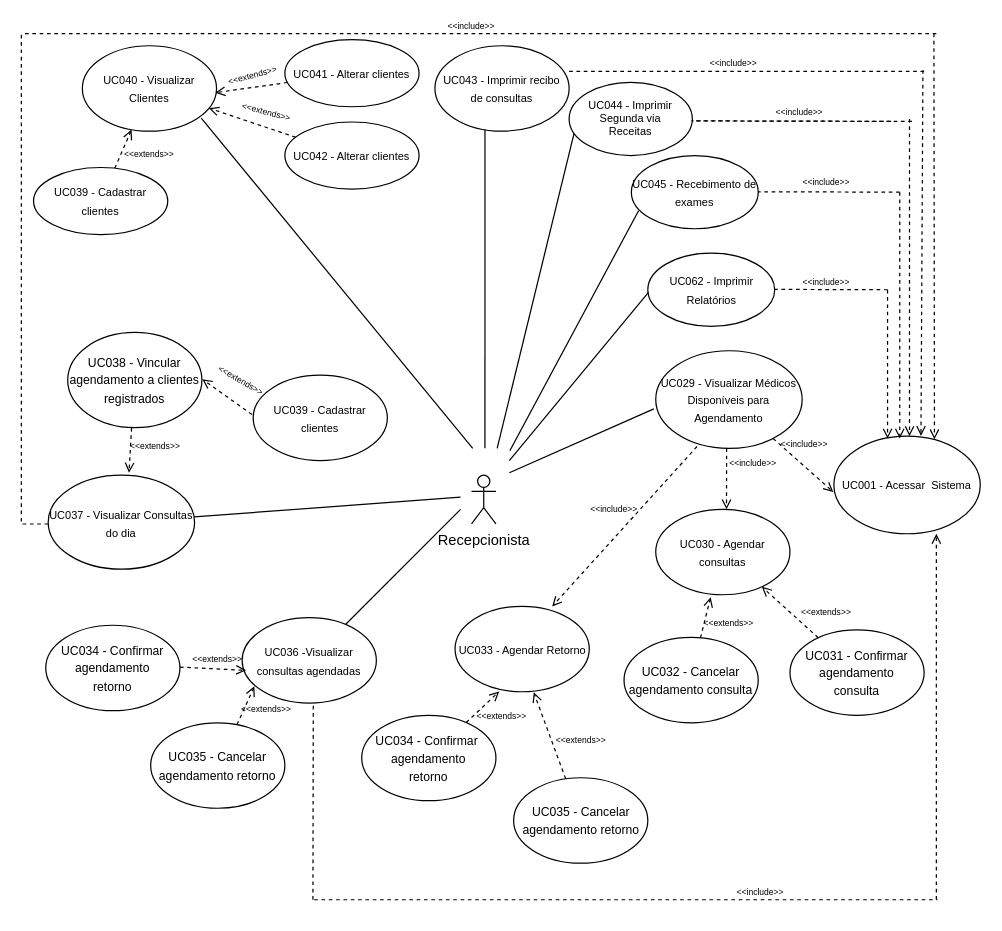
Earlier version of the draw.io diagram RECEPCIONISTA.drawio (botavares/tcc_pucminas_clinmed). Source tidied: cells renumbered, new cells numbered last; positions are measured from the earlier drawing's top-left corner, leaving out a move shared by most shapes. Both pictures are drawn from the tidied source at 122%, with x=0, y=0 at pixel (21, 21).
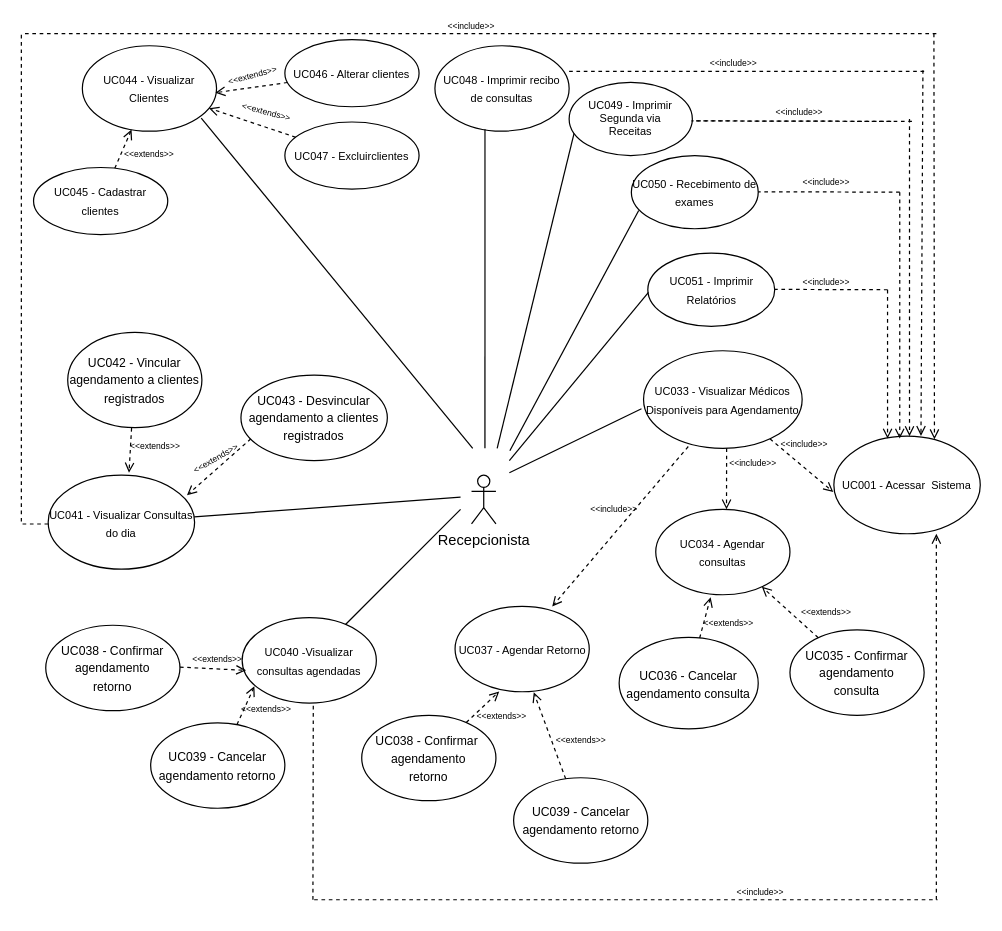
The same diagram, later.

The edit, as a diff of the source:
```diff
@@
-    <mxCell id="7" value="&lt;font style=&quot;font-size: 9px&quot;&gt;UC029 - Visualizar Médicos Disponíveis para Agendamento&lt;br&gt;&lt;/font&gt;" style="ellipse;whiteSpace=wrap;html=1;" parent="1" vertex="1">
-      <mxGeometry x="520" y="270" width="120" height="80" as="geometry" />
+    <mxCell id="7" value="&lt;font style=&quot;font-size: 9px&quot;&gt;UC033 - Visualizar Médicos Disponíveis para Agendamento&lt;br&gt;&lt;/font&gt;" style="ellipse;whiteSpace=wrap;html=1;" parent="1" vertex="1">
+      <mxGeometry x="510" y="270" width="130" height="80" as="geometry" />
     </mxCell>
-    <mxCell id="8" value="&lt;font style=&quot;font-size: 10px&quot;&gt;&lt;font style=&quot;font-size: 9px&quot;&gt;UC036 -Visualizar consultas agendadas&lt;/font&gt;&lt;br&gt;&lt;/font&gt;" style="ellipse;whiteSpace=wrap;html=1;" parent="1" vertex="1">
+    <mxCell id="8" value="&lt;font style=&quot;font-size: 10px&quot;&gt;&lt;font style=&quot;font-size: 9px&quot;&gt;UC040 -Visualizar consultas agendadas&lt;/font&gt;&lt;br&gt;&lt;/font&gt;" style="ellipse;whiteSpace=wrap;html=1;" parent="1" vertex="1">
       <mxGeometry x="181" y="488.8" width="110" height="70" as="geometry" />
     </mxCell>
-    <mxCell id="9" value="&lt;div&gt;&lt;font style=&quot;font-size: 9px&quot;&gt;UC037 - Visualizar Consultas &lt;br&gt;&lt;/font&gt;&lt;/div&gt;&lt;div&gt;&lt;font style=&quot;font-size: 9px&quot;&gt;do dia&lt;/font&gt;&lt;/div&gt;" style="ellipse;whiteSpace=wrap;html=1;" parent="1" vertex="1">
+    <mxCell id="9" value="&lt;div&gt;&lt;font style=&quot;font-size: 9px&quot;&gt;UC041 - Visualizar Consultas &lt;br&gt;&lt;/font&gt;&lt;/div&gt;&lt;div&gt;&lt;font style=&quot;font-size: 9px&quot;&gt;do dia&lt;/font&gt;&lt;/div&gt;" style="ellipse;whiteSpace=wrap;html=1;" parent="1" vertex="1">
       <mxGeometry x="22" y="372" width="120" height="77" as="geometry" />
     </mxCell>
@@
-    <mxCell id="14" value="&lt;font style=&quot;font-size: 9px&quot;&gt;UC030 - Agendar consultas&lt;br&gt;&lt;/font&gt;" style="ellipse;whiteSpace=wrap;html=1;" parent="1" vertex="1">
+    <mxCell id="14" value="&lt;font style=&quot;font-size: 9px&quot;&gt;UC034 - Agendar consultas&lt;br&gt;&lt;/font&gt;" style="ellipse;whiteSpace=wrap;html=1;" parent="1" vertex="1">
       <mxGeometry x="520" y="400" width="110" height="70" as="geometry" />
     </mxCell>
-    <mxCell id="15" value="&lt;div&gt;&lt;font style=&quot;font-size: 10px&quot;&gt;UC031 - Confirmar agendamento &lt;br&gt;&lt;/font&gt;&lt;/div&gt;&lt;div&gt;&lt;font style=&quot;font-size: 10px&quot;&gt;consulta&lt;/font&gt;&lt;/div&gt;" style="ellipse;whiteSpace=wrap;html=1;" parent="1" vertex="1">
+    <mxCell id="15" value="&lt;div&gt;&lt;font style=&quot;font-size: 10px&quot;&gt;UC035 - Confirmar agendamento &lt;br&gt;&lt;/font&gt;&lt;/div&gt;&lt;div&gt;&lt;font style=&quot;font-size: 10px&quot;&gt;consulta&lt;/font&gt;&lt;/div&gt;" style="ellipse;whiteSpace=wrap;html=1;" parent="1" vertex="1">
       <mxGeometry x="630" y="498.8" width="110" height="70" as="geometry" />
     </mxCell>
@@
-    <mxCell id="17" value="&lt;font style=&quot;font-size: 9px&quot;&gt;UC040 - Visualizar Clientes&lt;br&gt;&lt;/font&gt;" style="ellipse;whiteSpace=wrap;html=1;" parent="1" vertex="1">
+    <mxCell id="17" value="&lt;font style=&quot;font-size: 9px&quot;&gt;UC044 - Visualizar Clientes&lt;br&gt;&lt;/font&gt;" style="ellipse;whiteSpace=wrap;html=1;" parent="1" vertex="1">
       <mxGeometry x="50" y="20" width="110" height="70" as="geometry" />
     </mxCell>
@@
-    <mxCell id="19" value="&lt;font style=&quot;font-size: 9px&quot;&gt;UC043 - Imprimir recibo de consultas&lt;br&gt;&lt;/font&gt;" style="ellipse;whiteSpace=wrap;html=1;" parent="1" vertex="1">
+    <mxCell id="19" value="&lt;font style=&quot;font-size: 9px&quot;&gt;UC048 - Imprimir recibo de consultas&lt;br&gt;&lt;/font&gt;" style="ellipse;whiteSpace=wrap;html=1;" parent="1" vertex="1">
       <mxGeometry x="339" y="20" width="110" height="70" as="geometry" />
     </mxCell>
@@
-    <mxCell id="28" value="&lt;div style=&quot;font-size: 9px&quot;&gt;&lt;font style=&quot;font-size: 9px&quot;&gt;UC044 - Imprimir Segunda via &lt;br&gt;&lt;/font&gt;&lt;/div&gt;&lt;div style=&quot;font-size: 9px&quot;&gt;&lt;font style=&quot;font-size: 9px&quot;&gt;Receitas&lt;/font&gt;&lt;/div&gt;" style="ellipse;whiteSpace=wrap;html=1;" parent="1" vertex="1">
+    <mxCell id="28" value="&lt;div style=&quot;font-size: 9px&quot;&gt;&lt;font style=&quot;font-size: 9px&quot;&gt;UC049 - Imprimir Segunda via &lt;br&gt;&lt;/font&gt;&lt;/div&gt;&lt;div style=&quot;font-size: 9px&quot;&gt;&lt;font style=&quot;font-size: 9px&quot;&gt;Receitas&lt;/font&gt;&lt;/div&gt;" style="ellipse;whiteSpace=wrap;html=1;" parent="1" vertex="1">
       <mxGeometry x="449" y="50" width="101" height="60" as="geometry" />
     </mxCell>
@@
-    <mxCell id="33" value="&lt;font style=&quot;font-size: 10px&quot;&gt;UC032 - Cancelar agendamento consulta&lt;br&gt;&lt;/font&gt;" style="ellipse;whiteSpace=wrap;html=1;" parent="1" vertex="1">
-      <mxGeometry x="494" y="505" width="110" height="70" as="geometry" />
+    <mxCell id="33" value="&lt;font style=&quot;font-size: 10px&quot;&gt;UC036 - Cancelar agendamento consulta&lt;br&gt;&lt;/font&gt;" style="ellipse;whiteSpace=wrap;html=1;" parent="1" vertex="1">
+      <mxGeometry x="490" y="505" width="114" height="75" as="geometry" />
     </mxCell>
-    <mxCell id="34" value="&lt;font style=&quot;font-size: 9px&quot;&gt;UC033 - Agendar Retorno&lt;br&gt;&lt;/font&gt;" style="ellipse;whiteSpace=wrap;html=1;" parent="1" vertex="1">
+    <mxCell id="34" value="&lt;font style=&quot;font-size: 9px&quot;&gt;UC037 - Agendar Retorno&lt;br&gt;&lt;/font&gt;" style="ellipse;whiteSpace=wrap;html=1;" parent="1" vertex="1">
       <mxGeometry x="355.5" y="479.5" width="110" height="70" as="geometry" />
     </mxCell>
@@
-    <mxCell id="40" value="&lt;div&gt;&lt;font style=&quot;font-size: 10px&quot;&gt;UC034 - Confirmar&amp;nbsp; agendamento &lt;br&gt;&lt;/font&gt;&lt;/div&gt;&lt;div&gt;&lt;font style=&quot;font-size: 10px&quot;&gt;retorno&lt;/font&gt;&lt;/div&gt;" style="ellipse;whiteSpace=wrap;html=1;" parent="1" vertex="1">
+    <mxCell id="40" value="&lt;div&gt;&lt;font style=&quot;font-size: 10px&quot;&gt;UC038 - Confirmar&amp;nbsp; agendamento &lt;br&gt;&lt;/font&gt;&lt;/div&gt;&lt;div&gt;&lt;font style=&quot;font-size: 10px&quot;&gt;retorno&lt;/font&gt;&lt;/div&gt;" style="ellipse;whiteSpace=wrap;html=1;" parent="1" vertex="1">
       <mxGeometry x="279" y="568.8" width="110" height="70" as="geometry" />
     </mxCell>
@@
-    <mxCell id="42" value="&lt;font style=&quot;font-size: 10px&quot;&gt;UC035 - Cancelar agendamento retorno&lt;br&gt;&lt;/font&gt;" style="ellipse;whiteSpace=wrap;html=1;" parent="1" vertex="1">
+    <mxCell id="42" value="&lt;font style=&quot;font-size: 10px&quot;&gt;UC039 - Cancelar agendamento retorno&lt;br&gt;&lt;/font&gt;" style="ellipse;whiteSpace=wrap;html=1;" parent="1" vertex="1">
       <mxGeometry x="403.5" y="620" width="110" height="70" as="geometry" />
     </mxCell>
@@
-    <mxCell id="48" value="&lt;font style=&quot;font-size: 10px&quot;&gt;UC035 - Cancelar agendamento retorno&lt;br&gt;&lt;/font&gt;" style="ellipse;whiteSpace=wrap;html=1;" parent="1" vertex="1">
+    <mxCell id="48" value="&lt;font style=&quot;font-size: 10px&quot;&gt;UC039 - Cancelar agendamento retorno&lt;br&gt;&lt;/font&gt;" style="ellipse;whiteSpace=wrap;html=1;" parent="1" vertex="1">
       <mxGeometry x="106" y="575" width="110" height="70" as="geometry" />
     </mxCell>
@@
-    <mxCell id="52" value="&lt;div&gt;&lt;font style=&quot;font-size: 10px&quot;&gt;UC034 - Confirmar agendamento&lt;/font&gt;&lt;/div&gt;&lt;div&gt;&lt;font style=&quot;font-size: 10px&quot;&gt;retorno&lt;/font&gt;&lt;/div&gt;" style="ellipse;whiteSpace=wrap;html=1;" parent="1" vertex="1">
+    <mxCell id="52" value="&lt;div&gt;&lt;font style=&quot;font-size: 10px&quot;&gt;UC038 - Confirmar agendamento&lt;/font&gt;&lt;/div&gt;&lt;div&gt;&lt;font style=&quot;font-size: 10px&quot;&gt;retorno&lt;/font&gt;&lt;/div&gt;" style="ellipse;whiteSpace=wrap;html=1;" parent="1" vertex="1">
       <mxGeometry x="20" y="495" width="110" height="70" as="geometry" />
     </mxCell>
-    <mxCell id="53" value="&lt;font style=&quot;font-size: 10px&quot;&gt;UC038 - Vincular agendamento a clientes registrados&lt;br&gt;&lt;/font&gt;" style="ellipse;whiteSpace=wrap;html=1;" parent="1" vertex="1">
+    <mxCell id="53" value="&lt;font style=&quot;font-size: 10px&quot;&gt;UC042 - Vincular agendamento a clientes registrados&lt;br&gt;&lt;/font&gt;" style="ellipse;whiteSpace=wrap;html=1;" parent="1" vertex="1">
       <mxGeometry x="38" y="255" width="110" height="78" as="geometry" />
     </mxCell>
@@
-    <mxCell id="56" style="endArrow=open;html=1;dashed=1;fontSize=7;endFill=0;entryX=1.003;entryY=0.492;entryDx=0;entryDy=0;entryPerimeter=0;exitX=-0.009;exitY=0.461;exitDx=0;exitDy=0;exitPerimeter=0;" parent="1" edge="1" source="58" target="53">
+    <mxCell id="56" style="endArrow=open;html=1;dashed=1;fontSize=7;endFill=0;entryX=0.948;entryY=0.213;entryDx=0;entryDy=0;entryPerimeter=0;exitX=0.068;exitY=0.745;exitDx=0;exitDy=0;exitPerimeter=0;" parent="1" edge="1" source="58" target="9">
       <mxGeometry relative="1" as="geometry" />
     </mxCell>
@@
-    <mxCell id="58" value="&lt;font style=&quot;font-size: 9px&quot;&gt;UC039 - Cadastrar clientes&lt;br&gt;&lt;/font&gt;" style="ellipse;whiteSpace=wrap;html=1;" parent="1" vertex="1">
-      <mxGeometry x="190" y="290" width="110" height="70" as="geometry" />
+    <mxCell id="58" value="&lt;font style=&quot;font-size: 10px&quot;&gt;UC043 - Desvincular agendamento a clientes registrados&lt;br&gt;&lt;/font&gt;" style="ellipse;whiteSpace=wrap;html=1;" parent="1" vertex="1">
+      <mxGeometry x="180" y="290" width="120" height="70" as="geometry" />
     </mxCell>
@@
-    <mxCell id="61" value="&lt;font style=&quot;font-size: 9px&quot;&gt;UC039 - Cadastrar clientes&lt;br&gt;&lt;/font&gt;" style="ellipse;whiteSpace=wrap;html=1;" parent="1" vertex="1">
+    <mxCell id="61" value="&lt;font style=&quot;font-size: 9px&quot;&gt;UC045 - Cadastrar clientes&lt;br&gt;&lt;/font&gt;" style="ellipse;whiteSpace=wrap;html=1;" parent="1" vertex="1">
       <mxGeometry x="10" y="119.8" width="110" height="55" as="geometry" />
     </mxCell>
@@
-    <mxCell id="63" value="&lt;font style=&quot;font-size: 9px&quot;&gt;UC041 - Alterar clientes&lt;br&gt;&lt;/font&gt;" style="ellipse;whiteSpace=wrap;html=1;" parent="1" vertex="1">
+    <mxCell id="63" value="&lt;font style=&quot;font-size: 9px&quot;&gt;UC046 - Alterar clientes&lt;br&gt;&lt;/font&gt;" style="ellipse;whiteSpace=wrap;html=1;" parent="1" vertex="1">
       <mxGeometry x="216" y="15" width="110" height="55" as="geometry" />
     </mxCell>
@@
-    <mxCell id="67" value="&lt;font style=&quot;font-size: 9px&quot;&gt;UC042 - Alterar clientes&lt;br&gt;&lt;/font&gt;" style="ellipse;whiteSpace=wrap;html=1;" parent="1" vertex="1">
+    <mxCell id="67" value="&lt;font style=&quot;font-size: 9px&quot;&gt;UC047 - Excluirclientes&lt;br&gt;&lt;/font&gt;" style="ellipse;whiteSpace=wrap;html=1;" parent="1" vertex="1">
       <mxGeometry x="216" y="82.5" width="110" height="55" as="geometry" />
     </mxCell>
@@
-    <mxCell id="71" value="&amp;lt;&amp;lt;extends&amp;gt;&amp;gt;" style="text;html=1;strokeColor=none;fillColor=none;align=center;verticalAlign=middle;whiteSpace=wrap;rounded=0;fontSize=7;rotation=30;" parent="1" vertex="1">
-      <mxGeometry x="160" y="290" width="40" height="10" as="geometry" />
+    <mxCell id="71" value="&amp;lt;&amp;lt;extends&amp;gt;&amp;gt;" style="text;html=1;strokeColor=none;fillColor=none;align=center;verticalAlign=middle;whiteSpace=wrap;rounded=0;fontSize=7;rotation=-30;" parent="1" vertex="1">
+      <mxGeometry x="140" y="354" width="40" height="10" as="geometry" />
     </mxCell>
-    <mxCell id="72" value="&lt;font style=&quot;font-size: 9px&quot;&gt;UC045 - Recebimento de exames&lt;/font&gt;" style="ellipse;whiteSpace=wrap;html=1;" parent="1" vertex="1">
+    <mxCell id="72" value="&lt;font style=&quot;font-size: 9px&quot;&gt;UC050 - Recebimento de exames&lt;/font&gt;" style="ellipse;whiteSpace=wrap;html=1;" parent="1" vertex="1">
       <mxGeometry x="500" y="110" width="104" height="60" as="geometry" />
     </mxCell>
@@
-    <mxCell id="74" value="&lt;font style=&quot;font-size: 9px&quot;&gt;UC062 - Imprimir Relatórios&lt;/font&gt;" style="ellipse;whiteSpace=wrap;html=1;" parent="1" vertex="1">
+    <mxCell id="74" value="&lt;font style=&quot;font-size: 9px&quot;&gt;UC051 - Imprimir Relatórios&lt;/font&gt;" style="ellipse;whiteSpace=wrap;html=1;" parent="1" vertex="1">
       <mxGeometry x="513.5" y="190" width="104" height="60" as="geometry" />
     </mxCell>
```
